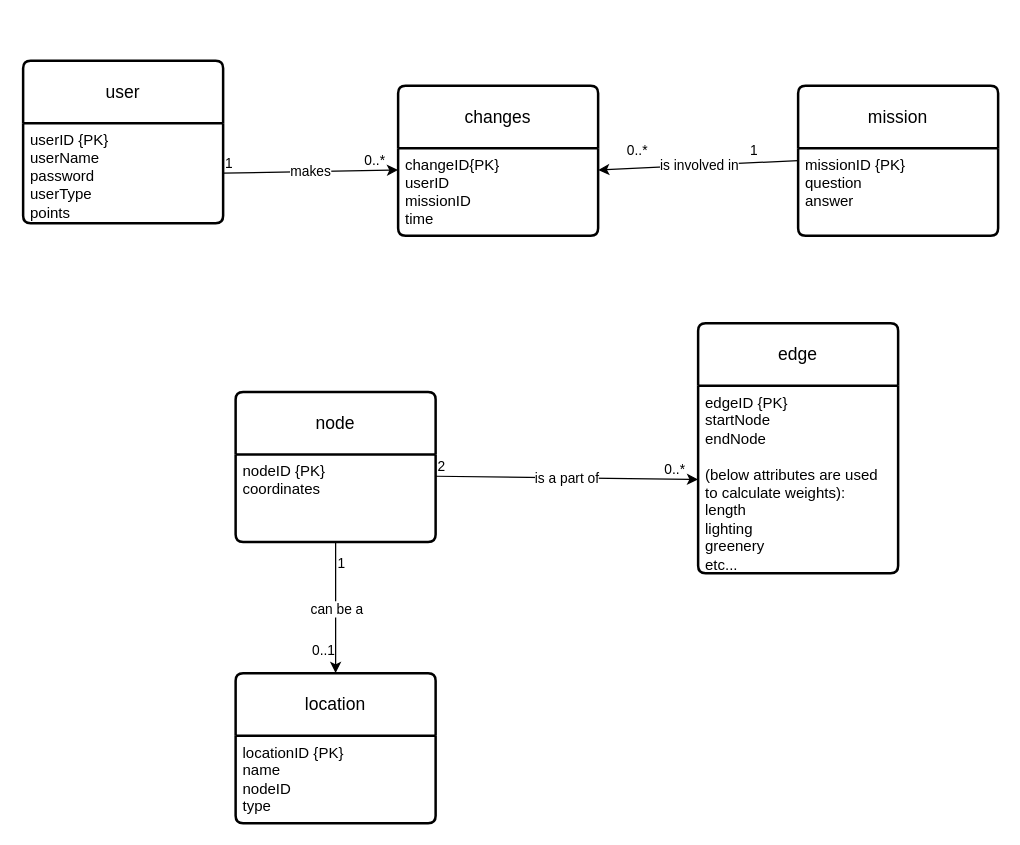
Before: WorkingDocument/database related files/uml.drawio in Ledwan123/Team-Project-DroppedAsATable, a draw.io diagram. Source tidied: cells renumbered, new cells numbered last; positions are measured from the earlier drawing's top-left corner, leaving out a move shared by most shapes. Both pictures are drawn from the tidied source at 125%, with x=0, y=0 at pixel (22, 60).
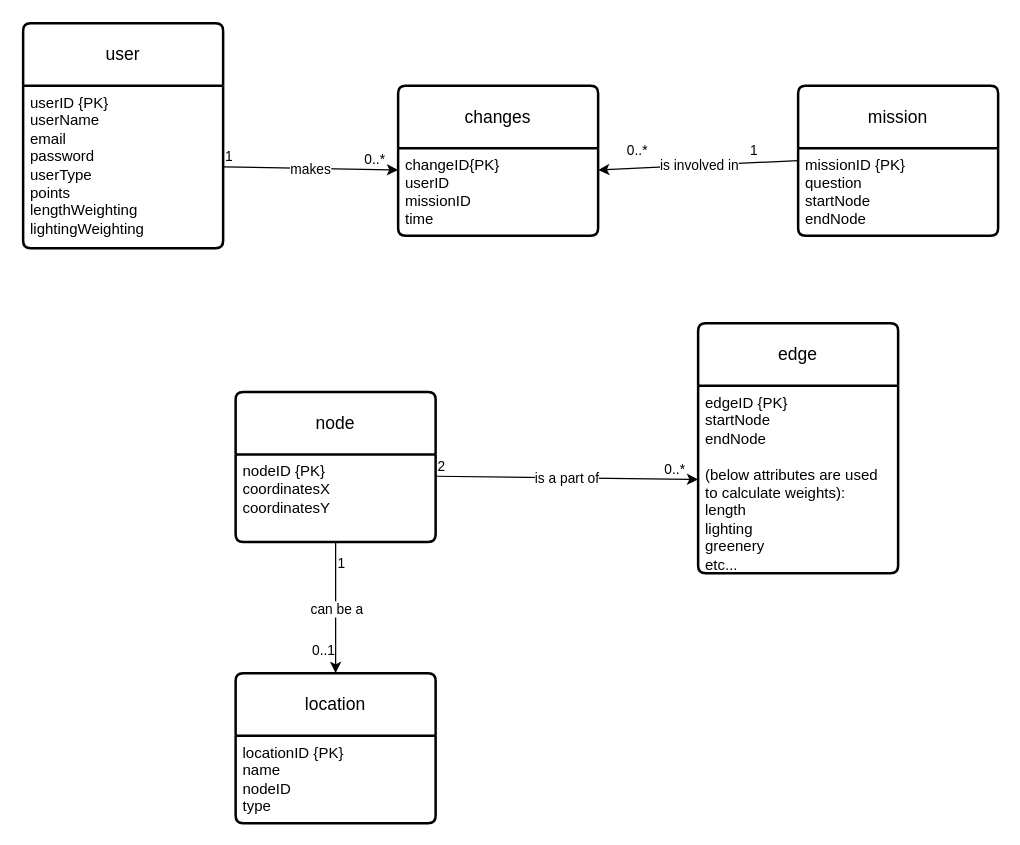
The same diagram, later.

The change refers to these unchanged cells:
```xml
<mxCell id="4" value="mission" style="swimlane;horizontal=1;startSize=50;rounded=1;fontSize=14;fontStyle=0;strokeWidth=2;shadow=0;dashed=0;align=center;arcSize=4;whiteSpace=wrap;html=1;" parent="1" vertex="1">
  <mxGeometry x="620" y="20" width="160" height="120" as="geometry" />
</mxCell>
<mxCell id="8" value="node" style="swimlane;horizontal=1;startSize=50;rounded=1;fontSize=14;fontStyle=0;strokeWidth=2;shadow=0;dashed=0;align=center;arcSize=4;whiteSpace=wrap;html=1;" parent="1" vertex="1">
  <mxGeometry x="170" y="265" width="160" height="120" as="geometry" />
</mxCell>
```

Change to the diagram source:
```diff
@@
     <mxCell id="2" value="user" style="swimlane;horizontal=1;startSize=50;rounded=1;fontSize=14;fontStyle=0;strokeWidth=2;shadow=0;dashed=0;align=center;arcSize=4;whiteSpace=wrap;html=1;" parent="1" vertex="1">
-      <mxGeometry width="160" height="130" as="geometry" />
+      <mxGeometry y="-30" width="160" height="180" as="geometry" />
     </mxCell>
-    <mxCell id="3" value="&lt;div&gt;userID {PK}&lt;/div&gt;&lt;div&gt;userName&lt;/div&gt;&lt;div&gt;password&lt;/div&gt;&lt;div&gt;userType&lt;/div&gt;&lt;div&gt;points&lt;/div&gt;" style="align=left;strokeColor=none;fillColor=none;spacingLeft=4;spacingRight=4;fontSize=12;verticalAlign=top;html=1;whiteSpace=wrap;" parent="2" vertex="1">
-      <mxGeometry y="50" width="160" height="80" as="geometry" />
+    <mxCell id="3" value="&lt;div&gt;userID {PK}&lt;/div&gt;&lt;div&gt;userName&lt;/div&gt;&lt;div&gt;email&lt;/div&gt;&lt;div&gt;password&lt;/div&gt;&lt;div&gt;userType&lt;/div&gt;&lt;div&gt;points&lt;/div&gt;&lt;div&gt;lengthWeighting&lt;/div&gt;&lt;div&gt;lightingWeighting&lt;/div&gt;" style="align=left;strokeColor=none;fillColor=none;spacingLeft=4;spacingRight=4;fontSize=12;verticalAlign=top;html=1;whiteSpace=wrap;" parent="2" vertex="1">
+      <mxGeometry y="50" width="160" height="130" as="geometry" />
     </mxCell>
@@
-    <mxCell id="5" value="&lt;div&gt;missionID {PK}&lt;/div&gt;&lt;div&gt;question&lt;/div&gt;&lt;div&gt;answer&lt;/div&gt;" style="align=left;strokeColor=none;fillColor=none;spacingLeft=4;spacingRight=4;fontSize=12;verticalAlign=top;html=1;whiteSpace=wrap;" parent="4" vertex="1">
+    <mxCell id="5" value="&lt;div&gt;missionID {PK}&lt;/div&gt;&lt;div&gt;question&lt;/div&gt;&lt;div&gt;startNode&lt;/div&gt;&lt;div&gt;endNode&lt;/div&gt;" style="align=left;strokeColor=none;fillColor=none;spacingLeft=4;spacingRight=4;fontSize=12;verticalAlign=top;html=1;whiteSpace=wrap;" parent="4" vertex="1">
       <mxGeometry y="50" width="160" height="70" as="geometry" />
     </mxCell>
@@
-    <mxCell id="9" value="&lt;div&gt;nodeID {PK}&lt;/div&gt;&lt;div&gt;coordinates&lt;/div&gt;" style="align=left;strokeColor=none;fillColor=none;spacingLeft=4;spacingRight=4;fontSize=12;verticalAlign=top;html=1;whiteSpace=wrap;" parent="8" vertex="1">
+    <mxCell id="9" value="&lt;div&gt;nodeID {PK}&lt;/div&gt;&lt;div&gt;coordinatesX&lt;/div&gt;&lt;div&gt;coordinatesY&lt;/div&gt;" style="align=left;strokeColor=none;fillColor=none;spacingLeft=4;spacingRight=4;fontSize=12;verticalAlign=top;html=1;whiteSpace=wrap;" parent="8" vertex="1">
       <mxGeometry y="50" width="160" height="70" as="geometry" />
     </mxCell>
```
